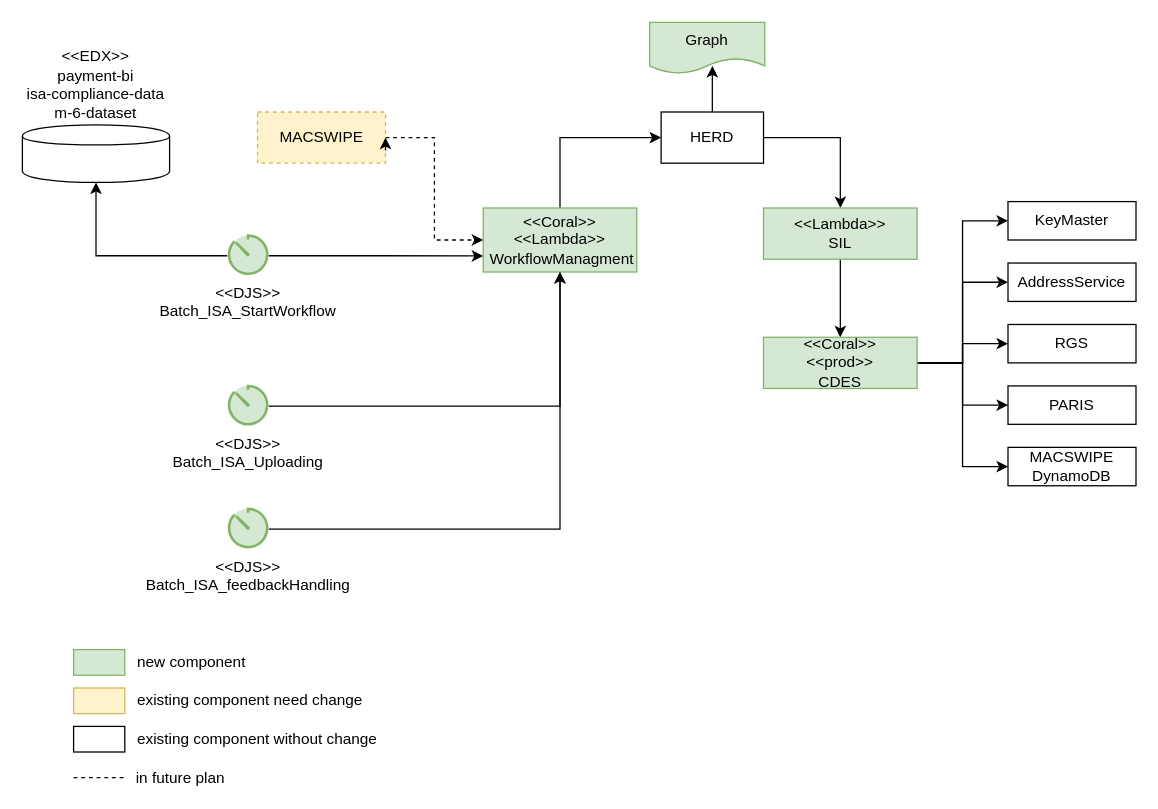
Above: page "Page-12" (12 of 12) of Untitled Diagram.drawio in dongposhi/Mimicat (draw.io), before the change. Source tidied: cells renumbered, new cells numbered last; positions are measured from the earlier drawing's top-left corner, leaving out a move shared by most shapes. Both pictures are drawn from the tidied source at 128%, with x=0, y=0 at pixel (22, 22).
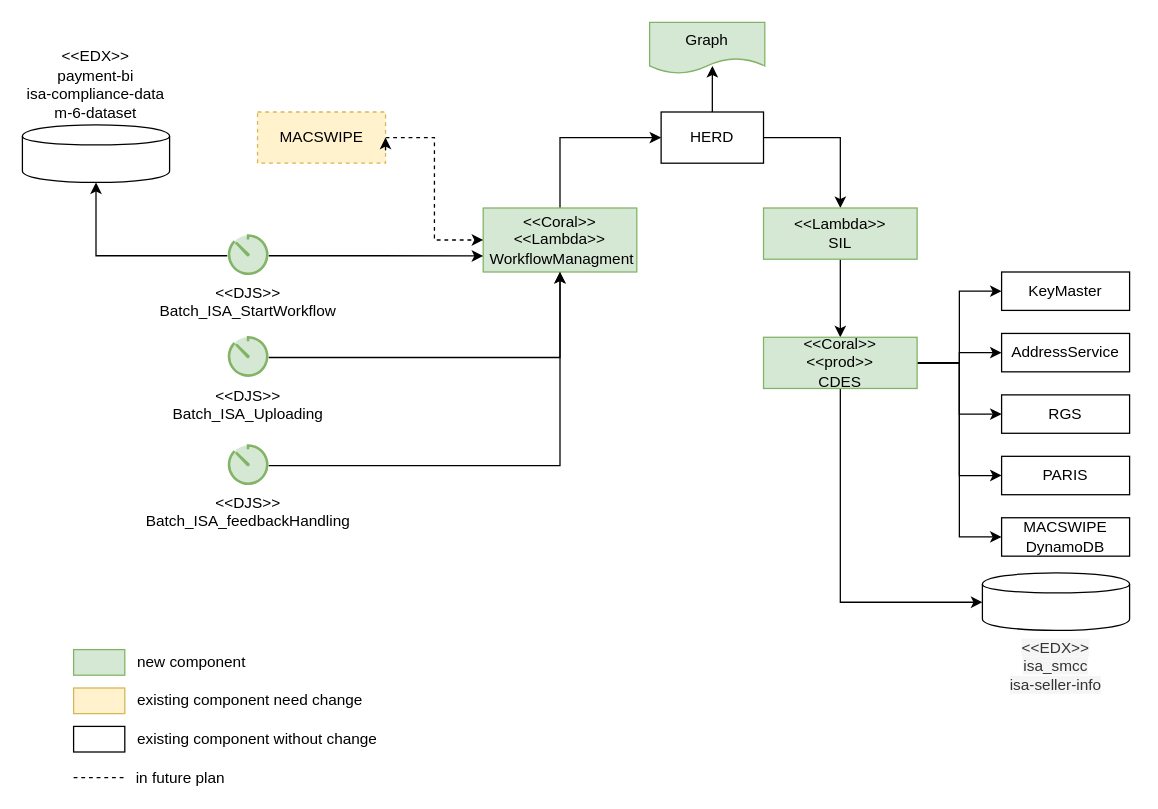
The same page after the edit.

The change refers to these unchanged cells:
```xml
<mxCell id="20" value="&amp;lt;&amp;lt;Coral&amp;gt;&amp;gt;&lt;br&gt;&amp;lt;&amp;lt;prod&amp;gt;&amp;gt;&lt;br&gt;CDES" style="rounded=0;whiteSpace=wrap;html=1;fillColor=#d5e8d4;strokeColor=#82b366;" parent="1" vertex="1">
  <mxGeometry x="579" y="246" width="120" height="40" as="geometry" />
</mxCell>
```

What changed in the source:
```diff
@@
-    <mxCell id="17" style="edgeStyle=orthogonalEdgeStyle;rounded=0;jettySize=auto;html=1;" parent="1" edge="1" source="20" target="21">
+    <mxCell id="17" style="edgeStyle=orthogonalEdgeStyle;rounded=0;jettySize=auto;html=1;entryX=0;entryY=0.5;entryDx=0;entryDy=0;" parent="1" edge="1" source="20" target="21">
       <mxGeometry relative="1" as="geometry" />
     </mxCell>
@@
+    <mxCell id="37" style="edgeStyle=orthogonalEdgeStyle;rounded=0;jettySize=auto;html=1;exitX=0.5;exitY=1;exitDx=0;exitDy=0;" parent="1" edge="1" source="20" target="38">
+      <mxGeometry relative="1" as="geometry">
+        <Array as="points">
+          <mxPoint x="639" y="453" />
+        </Array>
+      </mxGeometry>
+    </mxCell>
@@
     <mxCell id="21" value="PARIS" style="rounded=0;whiteSpace=wrap;html=1;flipV=0;" parent="1" vertex="1">
-      <mxGeometry x="770" y="284" width="100" height="30" as="geometry" />
+      <mxGeometry x="765" y="339" width="100" height="30" as="geometry" />
     </mxCell>
     <mxCell id="22" value="RGS" style="rounded=0;whiteSpace=wrap;html=1;flipV=0;" parent="1" vertex="1">
-      <mxGeometry x="770" y="236" width="100" height="30" as="geometry" />
+      <mxGeometry x="765" y="291" width="100" height="30" as="geometry" />
     </mxCell>
     <mxCell id="23" value="MACSWIPE DynamoDB" style="rounded=0;whiteSpace=wrap;html=1;flipV=0;" parent="1" vertex="1">
-      <mxGeometry x="770" y="332" width="100" height="30" as="geometry" />
+      <mxGeometry x="765" y="387" width="100" height="30" as="geometry" />
     </mxCell>
@@
     <mxCell id="25" value="AddressService" style="rounded=0;whiteSpace=wrap;html=1;flipV=0;" parent="1" vertex="1">
-      <mxGeometry x="770" y="188" width="100" height="30" as="geometry" />
+      <mxGeometry x="765" y="243" width="100" height="30" as="geometry" />
     </mxCell>
@@
     <mxCell id="27" value="&amp;lt;&amp;lt;DJS&amp;gt;&amp;gt;&lt;br&gt;Batch_ISA_Uploading" style="html=1;verticalLabelPosition=bottom;align=center;labelBackgroundColor=#ffffff;verticalAlign=top;strokeWidth=2;strokeColor=#82b366;shadow=0;dashed=0;shape=mxgraph.ios7.icons.gauge;fillColor=#d5e8d4;" parent="1" vertex="1">
-      <mxGeometry x="160" y="284" width="32.4" height="31.5" as="geometry" />
+      <mxGeometry x="160" y="246" width="32.4" height="31.5" as="geometry" />
     </mxCell>
@@
     <mxCell id="29" value="&amp;lt;&amp;lt;DJS&amp;gt;&amp;gt;&lt;br&gt;Batch_ISA_feedbackHandling" style="html=1;verticalLabelPosition=bottom;align=center;labelBackgroundColor=#ffffff;verticalAlign=top;strokeWidth=2;strokeColor=#82b366;shadow=0;dashed=0;shape=mxgraph.ios7.icons.gauge;fillColor=#d5e8d4;" parent="1" vertex="1">
-      <mxGeometry x="160" y="380" width="32.4" height="31.5" as="geometry" />
+      <mxGeometry x="160" y="330.5" width="32.4" height="31.5" as="geometry" />
     </mxCell>
     <mxCell id="30" value="KeyMaster" style="rounded=0;whiteSpace=wrap;html=1;flipV=0;" parent="1" vertex="1">
-      <mxGeometry x="770" y="140" width="100" height="30" as="geometry" />
+      <mxGeometry x="765" y="195" width="100" height="30" as="geometry" />
     </mxCell>
@@
+    <mxCell id="38" value="&lt;div&gt;&lt;font color=&quot;#333333&quot;&gt;&lt;span style=&quot;white-space: pre-wrap ; background-color: rgb(245 , 245 , 245)&quot;&gt;&amp;lt;&amp;lt;EDX&amp;gt;&amp;gt;&lt;/span&gt;&lt;/font&gt;&lt;/div&gt;&lt;div&gt;&lt;font color=&quot;#333333&quot;&gt;&lt;span style=&quot;white-space: pre-wrap ; background-color: rgb(245 , 245 , 245)&quot;&gt;isa_smcc&lt;/span&gt;&lt;/font&gt;&lt;/div&gt;&lt;div&gt;&lt;font color=&quot;#333333&quot;&gt;&lt;span style=&quot;white-space: pre-wrap ; background-color: rgb(245 , 245 , 245)&quot;&gt;isa-seller-info&lt;/span&gt;&lt;/font&gt;&lt;/div&gt;" style="shape=cylinder;whiteSpace=wrap;html=1;boundedLbl=1;backgroundOutline=1;labelPosition=center;verticalLabelPosition=bottom;align=center;verticalAlign=top;" parent="1" vertex="1">
+      <mxGeometry x="750" y="430" width="115" height="45" as="geometry" />
+    </mxCell>
```
